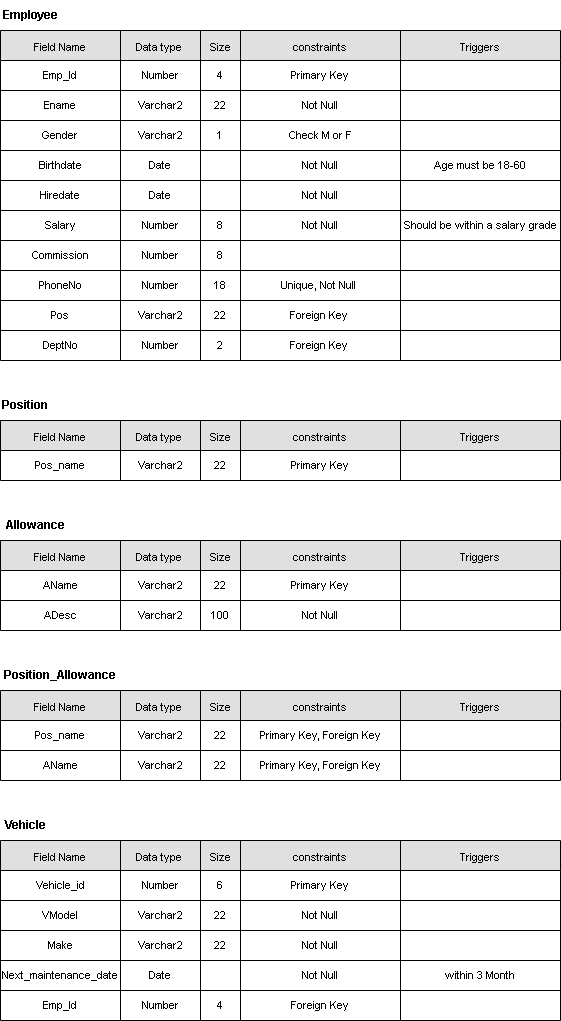
Before: Phase 2/Tables.drawio.png, a diagram exported from draw.io (AhmedElkhashn/DB-project). Source tidied: cells renumbered, new cells last; positions are measured from the earlier drawing's top-left corner, leaving out a move shared by most shapes.
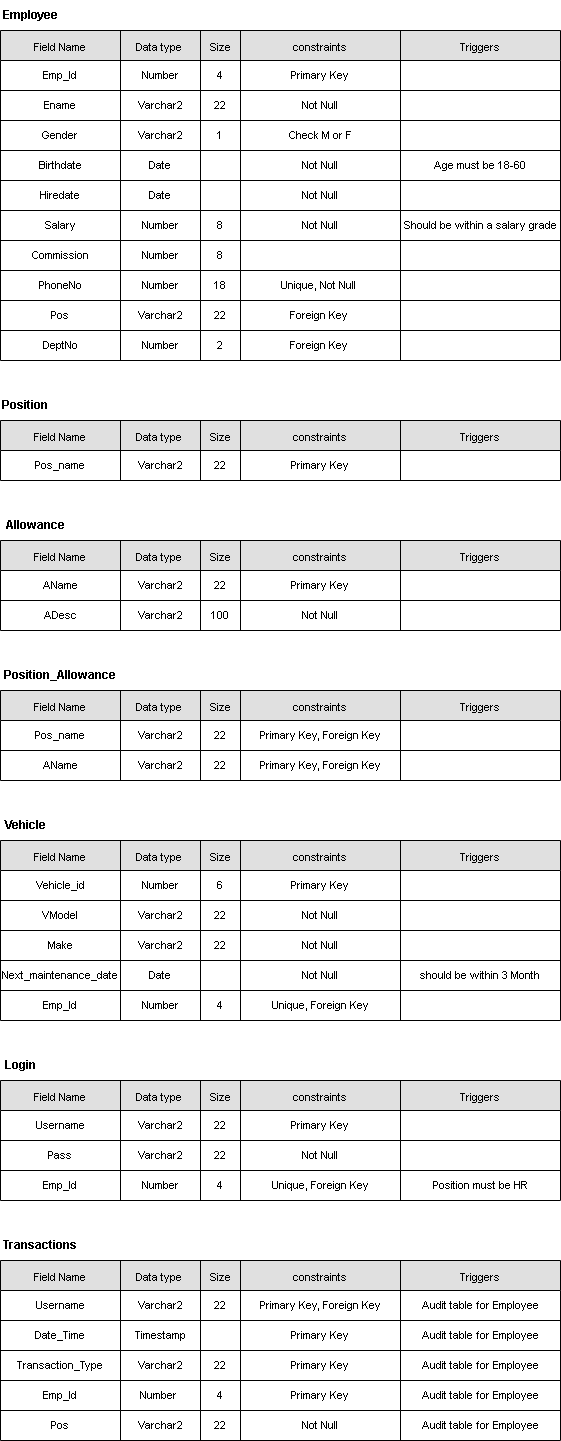
Later version of the same file.

Change to the diagram source:
```diff
@@ -392,7 +392,7 @@
     <mxCell id="131" value="Not Null" style="shape=partialRectangle;html=1;whiteSpace=wrap;strokeColor=inherit;overflow=hidden;fillColor=none;top=0;left=0;bottom=0;right=0;fontSize=11;" parent="127" vertex="1">
       <mxGeometry x="240" width="160" height="30" as="geometry" />
     </mxCell>
-    <mxCell id="132" value="within 3 Month" style="shape=partialRectangle;html=1;whiteSpace=wrap;strokeColor=inherit;overflow=hidden;fillColor=none;top=0;left=0;bottom=0;right=0;fontSize=11;" parent="127" vertex="1">
+    <mxCell id="132" value="should be within 3 Month" style="shape=partialRectangle;html=1;whiteSpace=wrap;strokeColor=inherit;overflow=hidden;fillColor=none;top=0;left=0;bottom=0;right=0;fontSize=11;" parent="127" vertex="1">
       <mxGeometry x="400" width="160" height="30" as="geometry" />
     </mxCell>
     <mxCell id="133" style="shape=tableRow;horizontal=0;startSize=0;swimlaneHead=0;swimlaneBody=0;strokeColor=inherit;top=0;left=0;bottom=0;right=0;fillColor=none;fontSize=16;" parent="108" vertex="1">
@@ -407,7 +407,7 @@
     <mxCell id="136" value="4" style="shape=partialRectangle;html=1;whiteSpace=wrap;strokeColor=inherit;overflow=hidden;fillColor=none;top=0;left=0;bottom=0;right=0;fontSize=11;" parent="133" vertex="1">
       <mxGeometry x="200" width="40" height="30" as="geometry" />
     </mxCell>
-    <mxCell id="137" value="Foreign Key" style="shape=partialRectangle;html=1;whiteSpace=wrap;strokeColor=inherit;overflow=hidden;fillColor=none;top=0;left=0;bottom=0;right=0;fontSize=11;" parent="133" vertex="1">
+    <mxCell id="137" value="Unique, Foreign Key" style="shape=partialRectangle;html=1;whiteSpace=wrap;strokeColor=inherit;overflow=hidden;fillColor=none;top=0;left=0;bottom=0;right=0;fontSize=11;" parent="133" vertex="1">
       <mxGeometry x="240" width="160" height="30" as="geometry" />
     </mxCell>
     <mxCell id="138" style="shape=partialRectangle;html=1;whiteSpace=wrap;strokeColor=inherit;overflow=hidden;fillColor=none;top=0;left=0;bottom=0;right=0;fontSize=11;" parent="133" vertex="1">
@@ -497,5 +497,203 @@
     <mxCell id="166" value="&lt;font style=&quot;font-size: 11px;&quot;&gt;Triggers&lt;/font&gt;" style="shape=partialRectangle;html=1;whiteSpace=wrap;strokeColor=inherit;overflow=hidden;fillColor=none;top=0;left=0;bottom=0;right=0;fontSize=16;" parent="161" vertex="1">
       <mxGeometry x="400" width="160" height="30" as="geometry" />
     </mxCell>
+    <mxCell id="167" value="Login" style="text;html=1;strokeColor=none;fillColor=none;align=center;verticalAlign=middle;whiteSpace=wrap;rounded=0;fontStyle=1;" parent="1" vertex="1">
+      <mxGeometry y="1050" width="40" height="30" as="geometry" />
+    </mxCell>
+    <mxCell id="168" style="shape=table;startSize=0;fontSize=11;fillColor=#e0e0e0;" parent="1" vertex="1">
+      <mxGeometry y="1080" width="560" height="30" as="geometry" />
+    </mxCell>
+    <mxCell id="169" style="shape=tableRow;horizontal=0;startSize=0;swimlaneHead=0;swimlaneBody=0;strokeColor=inherit;top=0;left=0;bottom=0;right=0;fillColor=none;fontSize=16;" parent="168" vertex="1">
+      <mxGeometry width="560" height="30" as="geometry" />
+    </mxCell>
+    <mxCell id="170" value="&lt;font style=&quot;font-size: 11px;&quot;&gt;&lt;font style=&quot;font-size: 11px;&quot;&gt;Field &lt;/font&gt;Name&lt;/font&gt;" style="shape=partialRectangle;html=1;whiteSpace=wrap;strokeColor=inherit;overflow=hidden;fillColor=none;top=0;left=0;bottom=0;right=0;fontSize=16;" parent="169" vertex="1">
+      <mxGeometry width="120" height="30" as="geometry" />
+    </mxCell>
+    <mxCell id="171" value="&lt;font style=&quot;font-size: 11px;&quot;&gt;Data type&amp;nbsp;&lt;/font&gt;" style="shape=partialRectangle;html=1;whiteSpace=wrap;strokeColor=inherit;overflow=hidden;fillColor=none;top=0;left=0;bottom=0;right=0;fontSize=16;" parent="169" vertex="1">
+      <mxGeometry x="120" width="80" height="30" as="geometry" />
+    </mxCell>
+    <mxCell id="172" value="&lt;font style=&quot;font-size: 11px;&quot;&gt;Size&lt;/font&gt;" style="shape=partialRectangle;html=1;whiteSpace=wrap;strokeColor=inherit;overflow=hidden;fillColor=none;top=0;left=0;bottom=0;right=0;fontSize=16;" parent="169" vertex="1">
+      <mxGeometry x="200" width="40" height="30" as="geometry" />
+    </mxCell>
+    <mxCell id="173" value="&lt;font style=&quot;font-size: 11px;&quot;&gt;constraints&lt;/font&gt;" style="shape=partialRectangle;html=1;whiteSpace=wrap;strokeColor=inherit;overflow=hidden;fillColor=none;top=0;left=0;bottom=0;right=0;fontSize=16;labelPosition=center;verticalLabelPosition=middle;align=center;verticalAlign=middle;" parent="169" vertex="1">
+      <mxGeometry x="240" width="160" height="30" as="geometry" />
+    </mxCell>
+    <mxCell id="174" value="&lt;font style=&quot;font-size: 11px;&quot;&gt;Triggers&lt;/font&gt;" style="shape=partialRectangle;html=1;whiteSpace=wrap;strokeColor=inherit;overflow=hidden;fillColor=none;top=0;left=0;bottom=0;right=0;fontSize=16;" parent="169" vertex="1">
+      <mxGeometry x="400" width="160" height="30" as="geometry" />
+    </mxCell>
+    <mxCell id="175" style="shape=table;startSize=0;fontSize=11;" parent="1" vertex="1">
+      <mxGeometry y="1110" width="560" height="90" as="geometry" />
+    </mxCell>
+    <mxCell id="176" style="shape=tableRow;horizontal=0;startSize=0;swimlaneHead=0;swimlaneBody=0;strokeColor=inherit;top=0;left=0;bottom=0;right=0;fillColor=none;fontSize=16;" parent="175" vertex="1">
+      <mxGeometry width="560" height="30" as="geometry" />
+    </mxCell>
+    <mxCell id="177" value="Username" style="shape=partialRectangle;html=1;whiteSpace=wrap;strokeColor=inherit;overflow=hidden;fillColor=none;top=0;left=0;bottom=0;right=0;fontSize=11;" parent="176" vertex="1">
+      <mxGeometry width="120" height="30" as="geometry" />
+    </mxCell>
+    <mxCell id="178" value="Varchar2" style="shape=partialRectangle;html=1;whiteSpace=wrap;strokeColor=inherit;overflow=hidden;fillColor=none;top=0;left=0;bottom=0;right=0;fontSize=11;" parent="176" vertex="1">
+      <mxGeometry x="120" width="80" height="30" as="geometry" />
+    </mxCell>
+    <mxCell id="179" value="22" style="shape=partialRectangle;html=1;whiteSpace=wrap;strokeColor=inherit;overflow=hidden;fillColor=none;top=0;left=0;bottom=0;right=0;fontSize=11;" parent="176" vertex="1">
+      <mxGeometry x="200" width="40" height="30" as="geometry" />
+    </mxCell>
+    <mxCell id="180" value="Primary Key" style="shape=partialRectangle;html=1;whiteSpace=wrap;strokeColor=inherit;overflow=hidden;fillColor=none;top=0;left=0;bottom=0;right=0;fontSize=11;" parent="176" vertex="1">
+      <mxGeometry x="240" width="160" height="30" as="geometry" />
+    </mxCell>
+    <mxCell id="181" style="shape=partialRectangle;html=1;whiteSpace=wrap;strokeColor=inherit;overflow=hidden;fillColor=none;top=0;left=0;bottom=0;right=0;fontSize=11;" parent="176" vertex="1">
+      <mxGeometry x="400" width="160" height="30" as="geometry" />
+    </mxCell>
+    <mxCell id="182" style="shape=tableRow;horizontal=0;startSize=0;swimlaneHead=0;swimlaneBody=0;strokeColor=inherit;top=0;left=0;bottom=0;right=0;fillColor=none;fontSize=16;" parent="175" vertex="1">
+      <mxGeometry y="30" width="560" height="30" as="geometry" />
+    </mxCell>
+    <mxCell id="183" value="Pass" style="shape=partialRectangle;html=1;whiteSpace=wrap;strokeColor=inherit;overflow=hidden;fillColor=none;top=0;left=0;bottom=0;right=0;fontSize=11;" parent="182" vertex="1">
+      <mxGeometry width="120" height="30" as="geometry" />
+    </mxCell>
+    <mxCell id="184" value="Varchar2" style="shape=partialRectangle;html=1;whiteSpace=wrap;strokeColor=inherit;overflow=hidden;fillColor=none;top=0;left=0;bottom=0;right=0;fontSize=11;" parent="182" vertex="1">
+      <mxGeometry x="120" width="80" height="30" as="geometry" />
+    </mxCell>
+    <mxCell id="185" value="22" style="shape=partialRectangle;html=1;whiteSpace=wrap;strokeColor=inherit;overflow=hidden;fillColor=none;top=0;left=0;bottom=0;right=0;fontSize=11;" parent="182" vertex="1">
+      <mxGeometry x="200" width="40" height="30" as="geometry" />
+    </mxCell>
+    <mxCell id="186" value="Not Null" style="shape=partialRectangle;html=1;whiteSpace=wrap;strokeColor=inherit;overflow=hidden;fillColor=none;top=0;left=0;bottom=0;right=0;fontSize=11;" parent="182" vertex="1">
+      <mxGeometry x="240" width="160" height="30" as="geometry" />
+    </mxCell>
+    <mxCell id="187" style="shape=partialRectangle;html=1;whiteSpace=wrap;strokeColor=inherit;overflow=hidden;fillColor=none;top=0;left=0;bottom=0;right=0;fontSize=11;" parent="182" vertex="1">
+      <mxGeometry x="400" width="160" height="30" as="geometry" />
+    </mxCell>
+    <mxCell id="188" style="shape=tableRow;horizontal=0;startSize=0;swimlaneHead=0;swimlaneBody=0;strokeColor=inherit;top=0;left=0;bottom=0;right=0;fillColor=none;fontSize=16;" parent="175" vertex="1">
+      <mxGeometry y="60" width="560" height="30" as="geometry" />
+    </mxCell>
+    <mxCell id="189" value="Emp_Id" style="shape=partialRectangle;html=1;whiteSpace=wrap;strokeColor=inherit;overflow=hidden;fillColor=none;top=0;left=0;bottom=0;right=0;fontSize=11;" parent="188" vertex="1">
+      <mxGeometry width="120" height="30" as="geometry" />
+    </mxCell>
+    <mxCell id="190" value="Number" style="shape=partialRectangle;html=1;whiteSpace=wrap;strokeColor=inherit;overflow=hidden;fillColor=none;top=0;left=0;bottom=0;right=0;fontSize=11;" parent="188" vertex="1">
+      <mxGeometry x="120" width="80" height="30" as="geometry" />
+    </mxCell>
+    <mxCell id="191" value="4" style="shape=partialRectangle;html=1;whiteSpace=wrap;strokeColor=inherit;overflow=hidden;fillColor=none;top=0;left=0;bottom=0;right=0;fontSize=11;" parent="188" vertex="1">
+      <mxGeometry x="200" width="40" height="30" as="geometry" />
+    </mxCell>
+    <mxCell id="192" value="Unique, Foreign Key" style="shape=partialRectangle;html=1;whiteSpace=wrap;strokeColor=inherit;overflow=hidden;fillColor=none;top=0;left=0;bottom=0;right=0;fontSize=11;" parent="188" vertex="1">
+      <mxGeometry x="240" width="160" height="30" as="geometry" />
+    </mxCell>
+    <mxCell id="193" value="Position must be HR" style="shape=partialRectangle;html=1;whiteSpace=wrap;strokeColor=inherit;overflow=hidden;fillColor=none;top=0;left=0;bottom=0;right=0;fontSize=11;" parent="188" vertex="1">
+      <mxGeometry x="400" width="160" height="30" as="geometry" />
+    </mxCell>
+    <mxCell id="194" value="Transactions" style="text;html=1;strokeColor=none;fillColor=none;align=center;verticalAlign=middle;whiteSpace=wrap;rounded=0;fontStyle=1;" parent="1" vertex="1">
+      <mxGeometry y="1230" width="80" height="30" as="geometry" />
+    </mxCell>
+    <mxCell id="195" style="shape=table;startSize=0;fontSize=11;fillColor=#e0e0e0;" parent="1" vertex="1">
+      <mxGeometry y="1260" width="560" height="30" as="geometry" />
+    </mxCell>
+    <mxCell id="196" style="shape=tableRow;horizontal=0;startSize=0;swimlaneHead=0;swimlaneBody=0;strokeColor=inherit;top=0;left=0;bottom=0;right=0;fillColor=none;fontSize=16;" parent="195" vertex="1">
+      <mxGeometry width="560" height="30" as="geometry" />
+    </mxCell>
+    <mxCell id="197" value="&lt;font style=&quot;font-size: 11px;&quot;&gt;&lt;font style=&quot;font-size: 11px;&quot;&gt;Field &lt;/font&gt;Name&lt;/font&gt;" style="shape=partialRectangle;html=1;whiteSpace=wrap;strokeColor=inherit;overflow=hidden;fillColor=none;top=0;left=0;bottom=0;right=0;fontSize=16;" parent="196" vertex="1">
+      <mxGeometry width="120" height="30" as="geometry" />
+    </mxCell>
+    <mxCell id="198" value="&lt;font style=&quot;font-size: 11px;&quot;&gt;Data type&amp;nbsp;&lt;/font&gt;" style="shape=partialRectangle;html=1;whiteSpace=wrap;strokeColor=inherit;overflow=hidden;fillColor=none;top=0;left=0;bottom=0;right=0;fontSize=16;" parent="196" vertex="1">
+      <mxGeometry x="120" width="80" height="30" as="geometry" />
+    </mxCell>
+    <mxCell id="199" value="&lt;font style=&quot;font-size: 11px;&quot;&gt;Size&lt;/font&gt;" style="shape=partialRectangle;html=1;whiteSpace=wrap;strokeColor=inherit;overflow=hidden;fillColor=none;top=0;left=0;bottom=0;right=0;fontSize=16;" parent="196" vertex="1">
+      <mxGeometry x="200" width="40" height="30" as="geometry" />
+    </mxCell>
+    <mxCell id="200" value="&lt;font style=&quot;font-size: 11px;&quot;&gt;constraints&lt;/font&gt;" style="shape=partialRectangle;html=1;whiteSpace=wrap;strokeColor=inherit;overflow=hidden;fillColor=none;top=0;left=0;bottom=0;right=0;fontSize=16;labelPosition=center;verticalLabelPosition=middle;align=center;verticalAlign=middle;" parent="196" vertex="1">
+      <mxGeometry x="240" width="160" height="30" as="geometry" />
+    </mxCell>
+    <mxCell id="201" value="&lt;font style=&quot;font-size: 11px;&quot;&gt;Triggers&lt;/font&gt;" style="shape=partialRectangle;html=1;whiteSpace=wrap;strokeColor=inherit;overflow=hidden;fillColor=none;top=0;left=0;bottom=0;right=0;fontSize=16;" parent="196" vertex="1">
+      <mxGeometry x="400" width="160" height="30" as="geometry" />
+    </mxCell>
+    <mxCell id="202" style="shape=table;startSize=0;fontSize=11;" parent="1" vertex="1">
+      <mxGeometry y="1290" width="560" height="150" as="geometry" />
+    </mxCell>
+    <mxCell id="203" style="shape=tableRow;horizontal=0;startSize=0;swimlaneHead=0;swimlaneBody=0;strokeColor=inherit;top=0;left=0;bottom=0;right=0;fillColor=none;fontSize=16;" parent="202" vertex="1">
+      <mxGeometry width="560" height="30" as="geometry" />
+    </mxCell>
+    <mxCell id="204" value="Username" style="shape=partialRectangle;html=1;whiteSpace=wrap;strokeColor=inherit;overflow=hidden;fillColor=none;top=0;left=0;bottom=0;right=0;fontSize=11;" parent="203" vertex="1">
+      <mxGeometry width="120" height="30" as="geometry" />
+    </mxCell>
+    <mxCell id="205" value="Varchar2" style="shape=partialRectangle;html=1;whiteSpace=wrap;strokeColor=inherit;overflow=hidden;fillColor=none;top=0;left=0;bottom=0;right=0;fontSize=11;" parent="203" vertex="1">
+      <mxGeometry x="120" width="80" height="30" as="geometry" />
+    </mxCell>
+    <mxCell id="206" value="22" style="shape=partialRectangle;html=1;whiteSpace=wrap;strokeColor=inherit;overflow=hidden;fillColor=none;top=0;left=0;bottom=0;right=0;fontSize=11;" parent="203" vertex="1">
+      <mxGeometry x="200" width="40" height="30" as="geometry" />
+    </mxCell>
+    <mxCell id="207" value="Primary Key, Foreign Key" style="shape=partialRectangle;html=1;whiteSpace=wrap;strokeColor=inherit;overflow=hidden;fillColor=none;top=0;left=0;bottom=0;right=0;fontSize=11;" parent="203" vertex="1">
+      <mxGeometry x="240" width="160" height="30" as="geometry" />
+    </mxCell>
+    <mxCell id="208" value="Audit table for Employee" style="shape=partialRectangle;html=1;whiteSpace=wrap;strokeColor=inherit;overflow=hidden;fillColor=none;top=0;left=0;bottom=0;right=0;fontSize=11;" parent="203" vertex="1">
+      <mxGeometry x="400" width="160" height="30" as="geometry" />
+    </mxCell>
+    <mxCell id="209" style="shape=tableRow;horizontal=0;startSize=0;swimlaneHead=0;swimlaneBody=0;strokeColor=inherit;top=0;left=0;bottom=0;right=0;fillColor=none;fontSize=16;" parent="202" vertex="1">
+      <mxGeometry y="30" width="560" height="30" as="geometry" />
+    </mxCell>
+    <mxCell id="210" value="Date_Time" style="shape=partialRectangle;html=1;whiteSpace=wrap;strokeColor=inherit;overflow=hidden;fillColor=none;top=0;left=0;bottom=0;right=0;fontSize=11;" parent="209" vertex="1">
+      <mxGeometry width="120" height="30" as="geometry" />
+    </mxCell>
+    <mxCell id="211" value="Timestamp" style="shape=partialRectangle;html=1;whiteSpace=wrap;strokeColor=inherit;overflow=hidden;fillColor=none;top=0;left=0;bottom=0;right=0;fontSize=11;" parent="209" vertex="1">
+      <mxGeometry x="120" width="80" height="30" as="geometry" />
+    </mxCell>
+    <mxCell id="212" style="shape=partialRectangle;html=1;whiteSpace=wrap;strokeColor=inherit;overflow=hidden;fillColor=none;top=0;left=0;bottom=0;right=0;fontSize=11;" parent="209" vertex="1">
+      <mxGeometry x="200" width="40" height="30" as="geometry" />
+    </mxCell>
+    <mxCell id="213" value="Primary Key" style="shape=partialRectangle;html=1;whiteSpace=wrap;strokeColor=inherit;overflow=hidden;fillColor=none;top=0;left=0;bottom=0;right=0;fontSize=11;" parent="209" vertex="1">
+      <mxGeometry x="240" width="160" height="30" as="geometry" />
+    </mxCell>
+    <mxCell id="214" value="Audit table for Employee" style="shape=partialRectangle;html=1;whiteSpace=wrap;strokeColor=inherit;overflow=hidden;fillColor=none;top=0;left=0;bottom=0;right=0;fontSize=11;" parent="209" vertex="1">
+      <mxGeometry x="400" width="160" height="30" as="geometry" />
+    </mxCell>
+    <mxCell id="215" style="shape=tableRow;horizontal=0;startSize=0;swimlaneHead=0;swimlaneBody=0;strokeColor=inherit;top=0;left=0;bottom=0;right=0;fillColor=none;fontSize=16;" parent="202" vertex="1">
+      <mxGeometry y="60" width="560" height="30" as="geometry" />
+    </mxCell>
+    <mxCell id="216" value="Transaction_Type" style="shape=partialRectangle;html=1;whiteSpace=wrap;strokeColor=inherit;overflow=hidden;fillColor=none;top=0;left=0;bottom=0;right=0;fontSize=11;" parent="215" vertex="1">
+      <mxGeometry width="120" height="30" as="geometry" />
+    </mxCell>
+    <mxCell id="217" value="Varchar2" style="shape=partialRectangle;html=1;whiteSpace=wrap;strokeColor=inherit;overflow=hidden;fillColor=none;top=0;left=0;bottom=0;right=0;fontSize=11;" parent="215" vertex="1">
+      <mxGeometry x="120" width="80" height="30" as="geometry" />
+    </mxCell>
+    <mxCell id="218" value="22" style="shape=partialRectangle;html=1;whiteSpace=wrap;strokeColor=inherit;overflow=hidden;fillColor=none;top=0;left=0;bottom=0;right=0;fontSize=11;" parent="215" vertex="1">
+      <mxGeometry x="200" width="40" height="30" as="geometry" />
+    </mxCell>
+    <mxCell id="219" value="Primary Key" style="shape=partialRectangle;html=1;whiteSpace=wrap;strokeColor=inherit;overflow=hidden;fillColor=none;top=0;left=0;bottom=0;right=0;fontSize=11;" parent="215" vertex="1">
+      <mxGeometry x="240" width="160" height="30" as="geometry" />
+    </mxCell>
+    <mxCell id="220" value="Audit table for Employee" style="shape=partialRectangle;html=1;whiteSpace=wrap;strokeColor=inherit;overflow=hidden;fillColor=none;top=0;left=0;bottom=0;right=0;fontSize=11;" parent="215" vertex="1">
+      <mxGeometry x="400" width="160" height="30" as="geometry" />
+    </mxCell>
+    <mxCell id="221" style="shape=tableRow;horizontal=0;startSize=0;swimlaneHead=0;swimlaneBody=0;strokeColor=inherit;top=0;left=0;bottom=0;right=0;fillColor=none;fontSize=16;" parent="202" vertex="1">
+      <mxGeometry y="90" width="560" height="30" as="geometry" />
+    </mxCell>
+    <mxCell id="222" value="Emp_Id" style="shape=partialRectangle;html=1;whiteSpace=wrap;strokeColor=inherit;overflow=hidden;fillColor=none;top=0;left=0;bottom=0;right=0;fontSize=11;" parent="221" vertex="1">
+      <mxGeometry width="120" height="30" as="geometry" />
+    </mxCell>
+    <mxCell id="223" value="Number&amp;nbsp;" style="shape=partialRectangle;html=1;whiteSpace=wrap;strokeColor=inherit;overflow=hidden;fillColor=none;top=0;left=0;bottom=0;right=0;fontSize=11;" parent="221" vertex="1">
+      <mxGeometry x="120" width="80" height="30" as="geometry" />
+    </mxCell>
+    <mxCell id="224" value="4" style="shape=partialRectangle;html=1;whiteSpace=wrap;strokeColor=inherit;overflow=hidden;fillColor=none;top=0;left=0;bottom=0;right=0;fontSize=11;" parent="221" vertex="1">
+      <mxGeometry x="200" width="40" height="30" as="geometry" />
+    </mxCell>
+    <mxCell id="225" value="Primary Key" style="shape=partialRectangle;html=1;whiteSpace=wrap;strokeColor=inherit;overflow=hidden;fillColor=none;top=0;left=0;bottom=0;right=0;fontSize=11;" parent="221" vertex="1">
+      <mxGeometry x="240" width="160" height="30" as="geometry" />
+    </mxCell>
+    <mxCell id="226" value="Audit table for Employee" style="shape=partialRectangle;html=1;whiteSpace=wrap;strokeColor=inherit;overflow=hidden;fillColor=none;top=0;left=0;bottom=0;right=0;fontSize=11;" parent="221" vertex="1">
+      <mxGeometry x="400" width="160" height="30" as="geometry" />
+    </mxCell>
+    <mxCell id="227" style="shape=tableRow;horizontal=0;startSize=0;swimlaneHead=0;swimlaneBody=0;strokeColor=inherit;top=0;left=0;bottom=0;right=0;fillColor=none;fontSize=16;" parent="202" vertex="1">
+      <mxGeometry y="120" width="560" height="30" as="geometry" />
+    </mxCell>
+    <mxCell id="228" value="Pos" style="shape=partialRectangle;html=1;whiteSpace=wrap;strokeColor=inherit;overflow=hidden;fillColor=none;top=0;left=0;bottom=0;right=0;fontSize=11;" parent="227" vertex="1">
+      <mxGeometry width="120" height="30" as="geometry" />
+    </mxCell>
+    <mxCell id="229" value="Varchar2" style="shape=partialRectangle;html=1;whiteSpace=wrap;strokeColor=inherit;overflow=hidden;fillColor=none;top=0;left=0;bottom=0;right=0;fontSize=11;" parent="227" vertex="1">
+      <mxGeometry x="120" width="80" height="30" as="geometry" />
+    </mxCell>
+    <mxCell id="230" value="22" style="shape=partialRectangle;html=1;whiteSpace=wrap;strokeColor=inherit;overflow=hidden;fillColor=none;top=0;left=0;bottom=0;right=0;fontSize=11;" parent="227" vertex="1">
+      <mxGeometry x="200" width="40" height="30" as="geometry" />
+    </mxCell>
+    <mxCell id="231" value="Not Null" style="shape=partialRectangle;html=1;whiteSpace=wrap;strokeColor=inherit;overflow=hidden;fillColor=none;top=0;left=0;bottom=0;right=0;fontSize=11;" parent="227" vertex="1">
+      <mxGeometry x="240" width="160" height="30" as="geometry" />
+    </mxCell>
+    <mxCell id="232" value="Audit table for Employee" style="shape=partialRectangle;html=1;whiteSpace=wrap;strokeColor=inherit;overflow=hidden;fillColor=none;top=0;left=0;bottom=0;right=0;fontSize=11;" parent="227" vertex="1">
+      <mxGeometry x="400" width="160" height="30" as="geometry" />
+    </mxCell>
   </root>
 </mxGraphModel>
```
